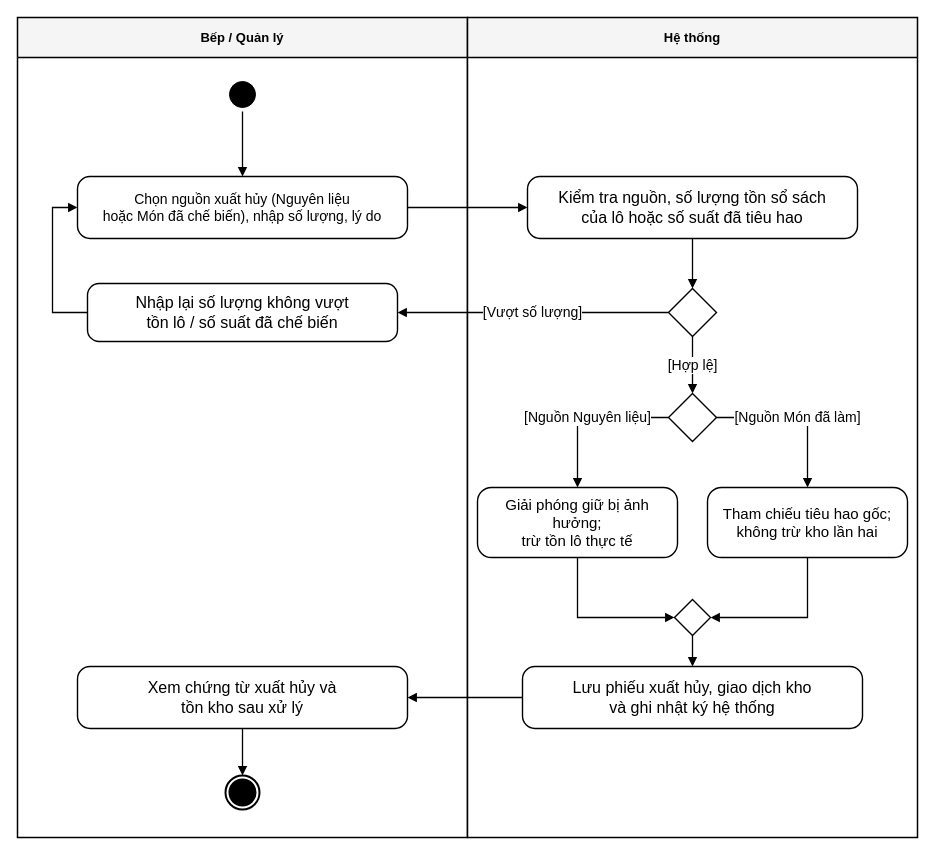
nminhzzz/restaurant-management-ai keeps this draw.io diagram as page "QT-16 — Xuất hủy nguyên liệu và món đã chế biến" (16 of 23) of docs/So_do/Quy_trinh_nghiep_vu_HeThongQuanLyNhaHang.drawio. Above is the earlier version. Source tidied: cells renumbered, new cells numbered last; positions are measured from the earlier drawing's top-left corner, leaving out a move shared by most shapes. Both pictures are drawn from the tidied source at 100%, with x=0, y=0 at pixel (17, 17).
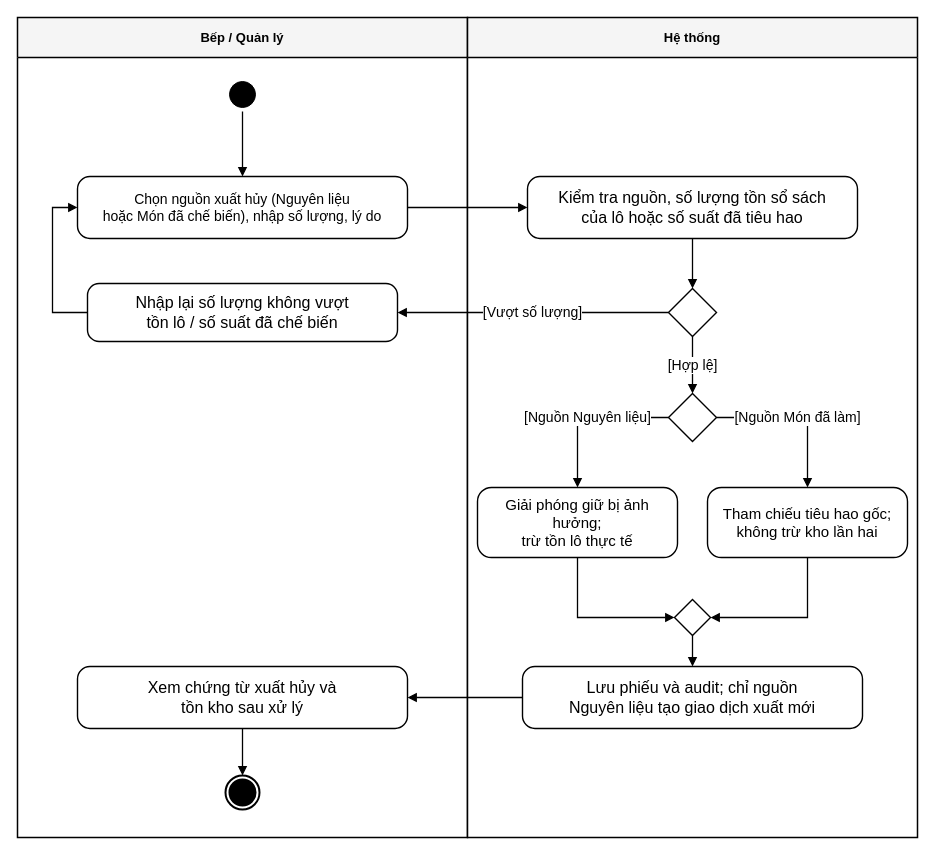
The same page after the edit.

What changed in the source:
```diff
@@
-    <mxCell id="13" value="Lưu phiếu xuất hủy, giao dịch kho&#10;và ghi nhật ký hệ thống" style="rounded=1;whiteSpace=wrap;html=1;arcSize=20;fillColor=#ffffff;strokeColor=#000000;strokeWidth=1.4;fontSize=16;fontColor=#000000;spacing=6;" parent="1" vertex="1">
+    <mxCell id="13" value="Lưu phiếu và audit; chỉ nguồn&#10;Nguyên liệu tạo giao dịch xuất mới" style="rounded=1;whiteSpace=wrap;html=1;arcSize=20;fillColor=#ffffff;strokeColor=#000000;strokeWidth=1.4;fontSize=16;fontColor=#000000;spacing=6;" parent="1" vertex="1">
       <mxGeometry x="505" y="649" width="340" height="62" as="geometry" />
     </mxCell>
```
